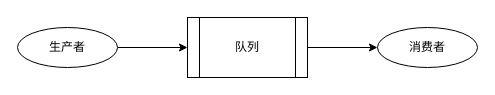
fengwei5280/14th keeps this draw.io diagram as 生产消费者.drawio. Above is the earlier version. Source tidied: cells renumbered, new cells numbered last; positions are measured from the earlier drawing's top-left corner, leaving out a move shared by most shapes. Both pictures are drawn from the tidied source at 100%, with x=0, y=0 at pixel (17, 17).
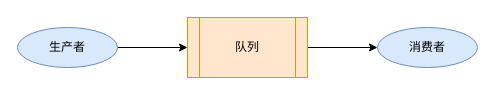
The same diagram, later.

Commit message (it also covers changes not shown here):
更新生产消费者.drawio

What changed in the source:
```diff
@@
 <mxGraphModel>
   <root>
     <mxCell id="0" />
     <mxCell id="1" parent="0" />
     <mxCell id="2" style="edgeStyle=orthogonalEdgeStyle;rounded=0;jettySize=auto;html=1;" parent="1" edge="1" source="3" target="5">
       <mxGeometry relative="1" as="geometry" />
     </mxCell>
-    <mxCell id="3" value="生产者" style="ellipse;whiteSpace=wrap;html=1;" parent="1" vertex="1">
+    <mxCell id="3" value="生产者" style="ellipse;whiteSpace=wrap;html=1;fillColor=#dae8fc;strokeColor=#6c8ebf;" parent="1" vertex="1">
       <mxGeometry y="10" width="100" height="40" as="geometry" />
     </mxCell>
     <mxCell id="4" style="edgeStyle=orthogonalEdgeStyle;rounded=0;jettySize=auto;html=1;" parent="1" edge="1" source="5" target="6">
       <mxGeometry relative="1" as="geometry" />
     </mxCell>
-    <mxCell id="5" value="队列" style="shape=process;whiteSpace=wrap;html=1;backgroundOutline=1;gradientColor=none;" parent="1" vertex="1">
+    <mxCell id="5" value="队列" style="shape=process;whiteSpace=wrap;html=1;backgroundOutline=1;fillColor=#ffe6cc;strokeColor=#d79b00;" parent="1" vertex="1">
       <mxGeometry x="170" width="120" height="60" as="geometry" />
     </mxCell>
-    <mxCell id="6" value="消费者" style="ellipse;whiteSpace=wrap;html=1;" parent="1" vertex="1">
+    <mxCell id="6" value="消费者" style="ellipse;whiteSpace=wrap;html=1;fillColor=#dae8fc;strokeColor=#6c8ebf;" parent="1" vertex="1">
       <mxGeometry x="360" y="10" width="100" height="40" as="geometry" />
     </mxCell>
   </root>
 </mxGraphModel>
```
